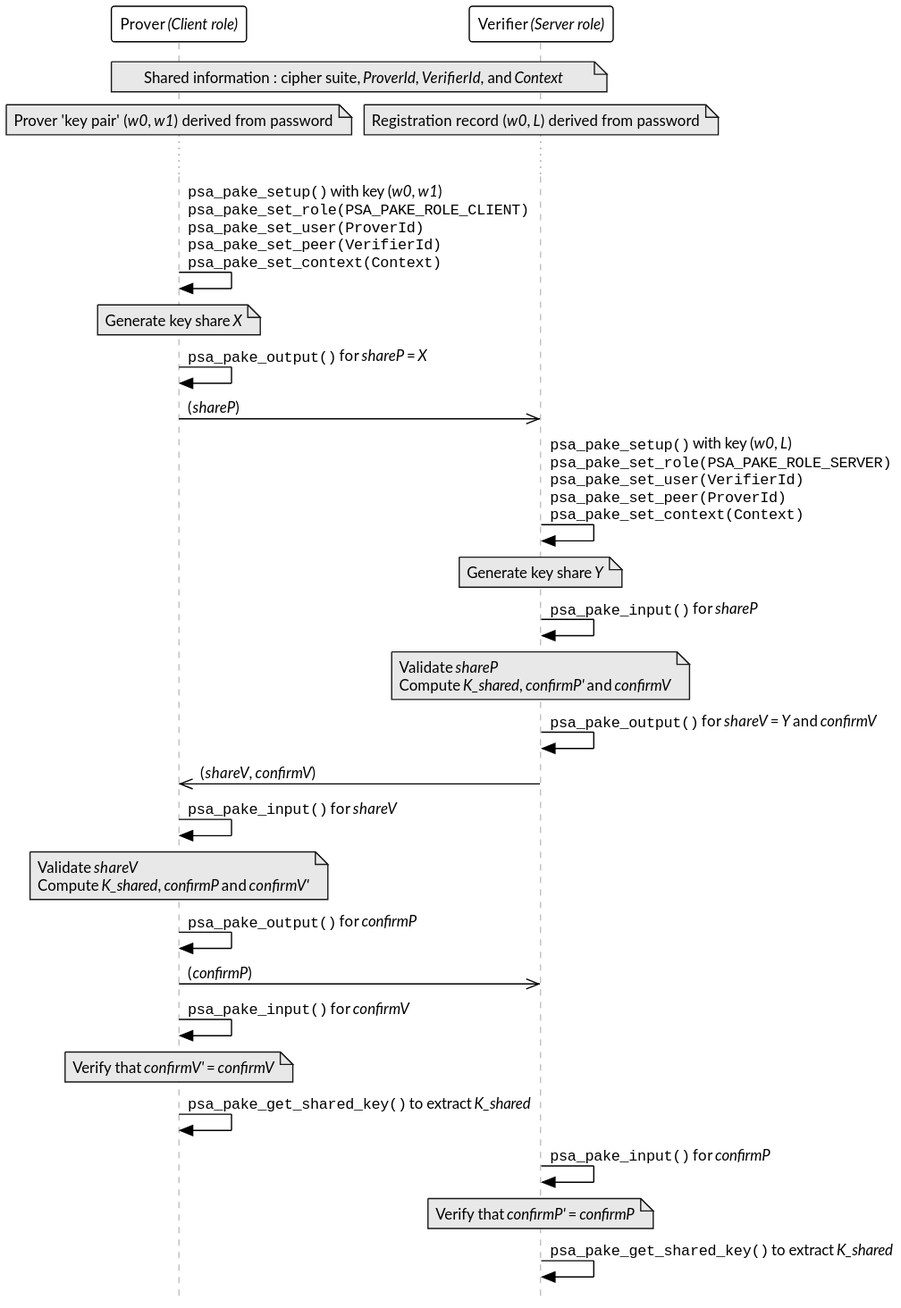
The PlantUML diagram doc/ext-pake/figure/spake2plus.svg in ARM-software/psa-api, before a commit. Its source is kept beside it as doc/ext-pake/figure/spake2plus.puml. The source it was exported from:
```plantuml
@startuml

    !include atg-spec.pumh

    participant "Prover //(Client role)//" as Prover
    participant "Verifier //(Server role)//" as Verifier

    note over Prover, Verifier: Shared information : cipher suite, //ProverId//, //VerifierId//, and //Context//
    note over Verifier: Registration record (//w0//, //L//) derived from password
    / note over Prover: Prover 'key pair' (//w0//, //w1//) derived from password

    ...

    Prover -> Prover: ""psa_pake_setup()"" with key (//w0//, //w1//)\n""psa_pake_set_role(PSA_PAKE_ROLE_CLIENT)""\n""psa_pake_set_user(ProverId)""\n""psa_pake_set_peer(VerifierId)""\n""psa_pake_set_context(Context)""

    note over Prover: Generate key share //X//

    Prover -> Prover: ""psa_pake_output()"" for //shareP// = //X//
    Prover ->> Verifier: (//shareP//)

    Verifier -> Verifier: ""psa_pake_setup()"" with key (//w0//, //L//)\n""psa_pake_set_role(PSA_PAKE_ROLE_SERVER)""\n""psa_pake_set_user(VerifierId)""\n""psa_pake_set_peer(ProverId)""\n""psa_pake_set_context(Context)""

    note over Verifier: Generate key share //Y//
    Verifier -> Verifier: ""psa_pake_input()"" for //shareP//
    note over Verifier
        Validate //shareP//
        Compute //K_shared//, //confirmP'// and //confirmV//
    end note

    Verifier -> Verifier: ""psa_pake_output()"" for //shareV// = //Y// and //confirmV//
    Verifier ->> Prover: (//shareV//, //confirmV//)

    Prover -> Prover: ""psa_pake_input()"" for //shareV//

    note over Prover
        Validate //shareV//
        Compute //K_shared//, //confirmP// and //confirmV'//
    end note

    Prover -> Prover: ""psa_pake_output()"" for //confirmP//
    Prover ->> Verifier: (//confirmP//)

    Prover -> Prover: ""psa_pake_input()"" for //confirmV//
    note over Prover: Verify that //confirmV'// = //confirmV//
    Prover -> Prover: ""psa_pake_get_shared_key()"" to extract //K_shared//

    Verifier -> Verifier: ""psa_pake_input()"" for //confirmP//
    note over Verifier: Verify that //confirmP'// = //confirmP//
    Verifier -> Verifier: ""psa_pake_get_shared_key()"" to extract //K_shared//

@enduml
```
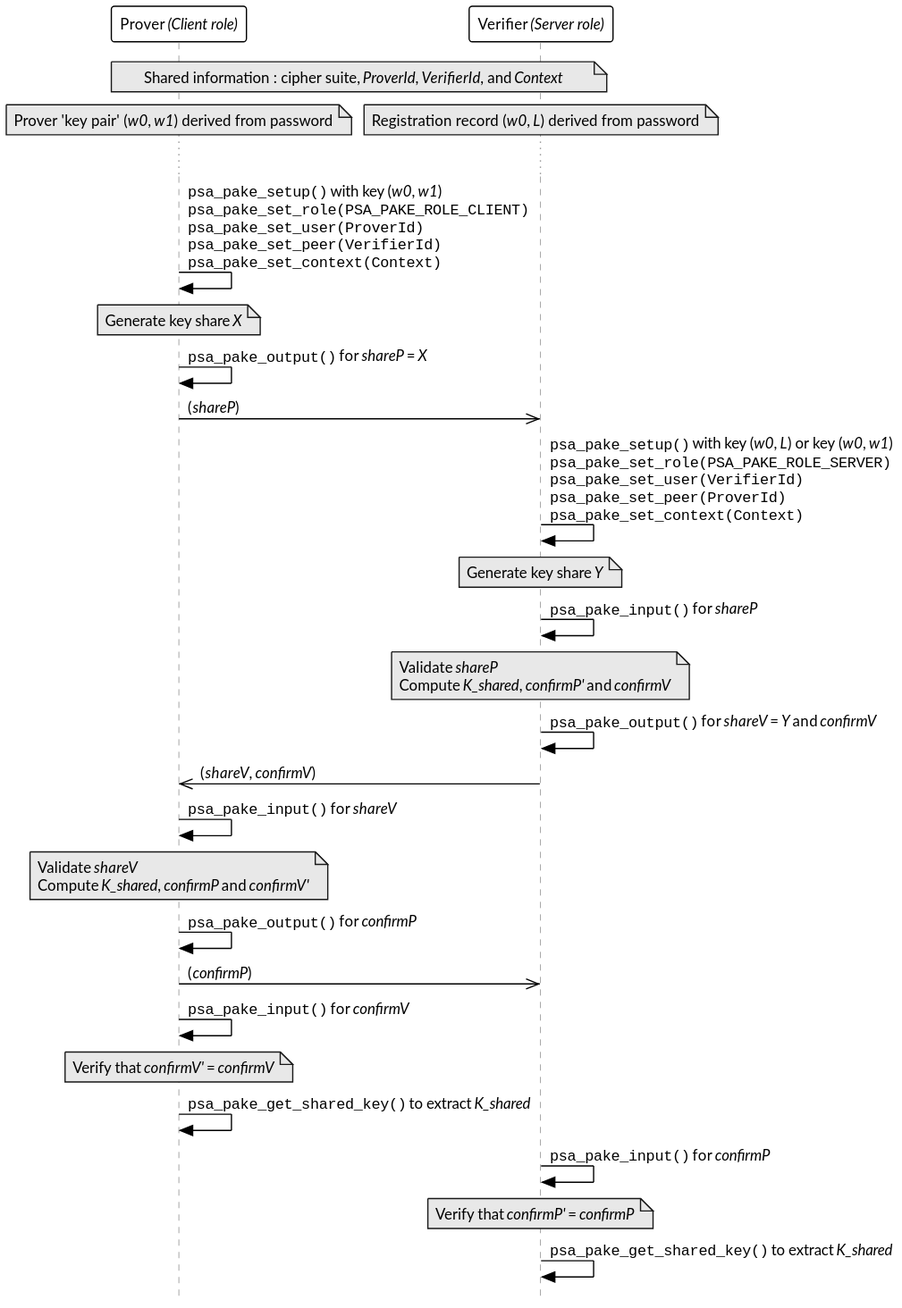
The same file after the commit.

Commit message:
Restructure the PAKE API chapter

The edit, as a diff of the source:
```diff
@@ -18,7 +18,7 @@
     Prover -> Prover: ""psa_pake_output()"" for //shareP// = //X//
     Prover ->> Verifier: (//shareP//)
 
-    Verifier -> Verifier: ""psa_pake_setup()"" with key (//w0//, //L//)\n""psa_pake_set_role(PSA_PAKE_ROLE_SERVER)""\n""psa_pake_set_user(VerifierId)""\n""psa_pake_set_peer(ProverId)""\n""psa_pake_set_context(Context)""
+    Verifier -> Verifier: ""psa_pake_setup()"" with key (//w0//, //L//) or key (//w0//, //w1//)\n""psa_pake_set_role(PSA_PAKE_ROLE_SERVER)""\n""psa_pake_set_user(VerifierId)""\n""psa_pake_set_peer(ProverId)""\n""psa_pake_set_context(Context)""
 
     note over Verifier: Generate key share //Y//
     Verifier -> Verifier: ""psa_pake_input()"" for //shareP//
```
